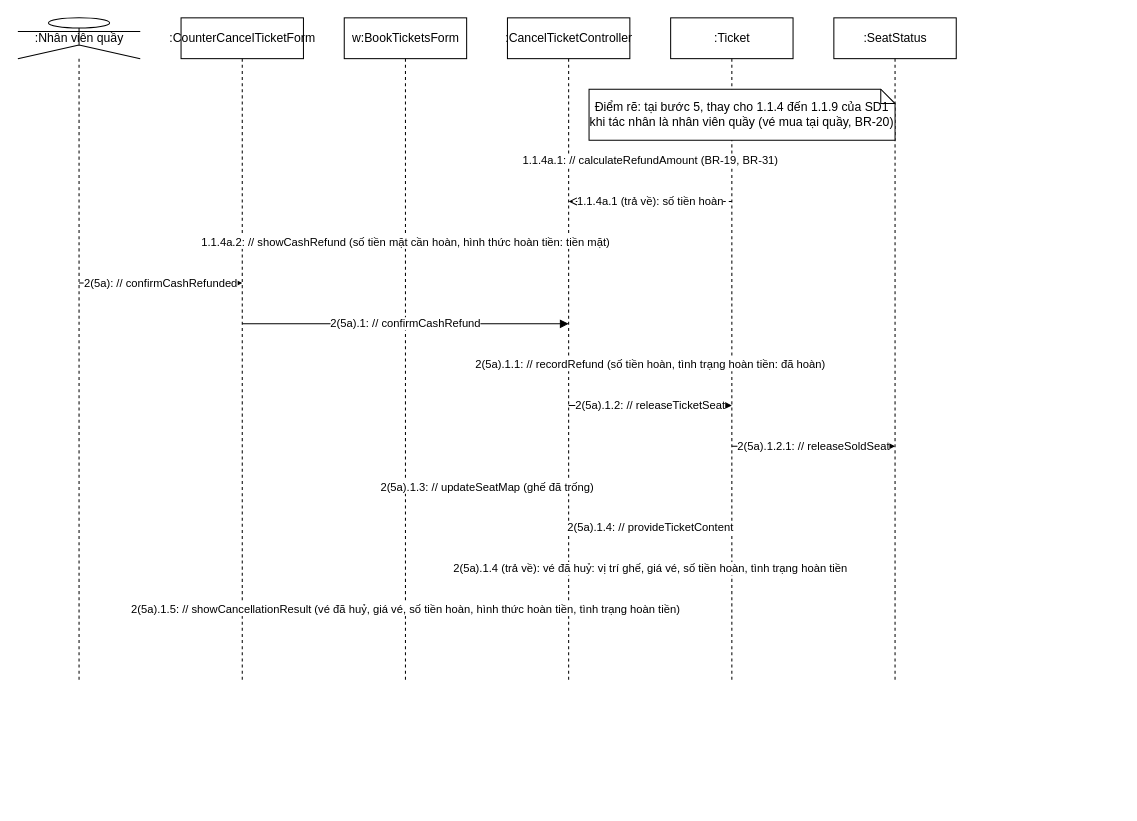
luytbq/app-dat-ve-xem-phim keeps this draw.io diagram as page "SD6 - Luồng 5a" (6 of 7) of design/diagrams/P07-sequence-UC-008.drawio. Above is the earlier version. Source tidied: cells renumbered, new cells numbered last; positions are measured from the earlier drawing's top-left corner, leaving out a move shared by most shapes. Both pictures are drawn from the tidied source at 102%, with x=0, y=0 at pixel (17, 17).
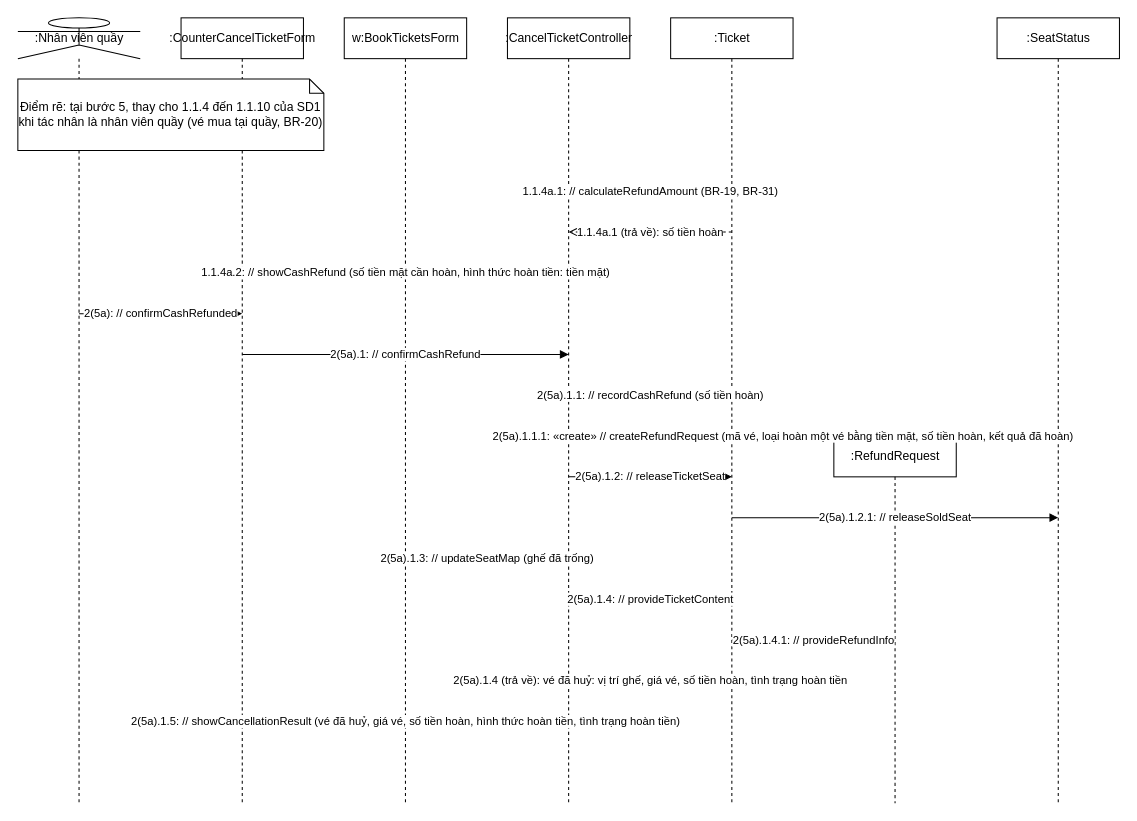
The same diagram, later.

Change to the diagram source:
```diff
@@
     <mxCell id="2" value=":Nhân viên quầy" style="shape=umlLifeline;participant=umlActor;perimeter=lifelinePerimeter;html=1;" parent="1" vertex="1">
-      <mxGeometry width="120" height="650" as="geometry" />
+      <mxGeometry width="120" height="770" as="geometry" />
     </mxCell>
     <mxCell id="3" value=":CounterCancelTicketForm" style="shape=umlLifeline;perimeter=lifelinePerimeter;html=1;" parent="1" vertex="1">
-      <mxGeometry x="160" width="120" height="650" as="geometry" />
+      <mxGeometry x="160" width="120" height="770" as="geometry" />
     </mxCell>
     <mxCell id="4" value="w:BookTicketsForm" style="shape=umlLifeline;perimeter=lifelinePerimeter;html=1;" parent="1" vertex="1">
-      <mxGeometry x="320" width="120" height="650" as="geometry" />
+      <mxGeometry x="320" width="120" height="770" as="geometry" />
     </mxCell>
     <mxCell id="5" value=":CancelTicketController" style="shape=umlLifeline;perimeter=lifelinePerimeter;html=1;" parent="1" vertex="1">
-      <mxGeometry x="480" width="120" height="650" as="geometry" />
+      <mxGeometry x="480" width="120" height="770" as="geometry" />
     </mxCell>
     <mxCell id="6" value=":Ticket" style="shape=umlLifeline;perimeter=lifelinePerimeter;html=1;" parent="1" vertex="1">
-      <mxGeometry x="640" width="120" height="650" as="geometry" />
+      <mxGeometry x="640" width="120" height="770" as="geometry" />
     </mxCell>
+    <mxCell id="21" value=":RefundRequest" style="shape=umlLifeline;perimeter=lifelinePerimeter;html=1;" parent="1" vertex="1">
+      <mxGeometry x="800" y="410" width="120" height="360" as="geometry" />
+    </mxCell>
     <mxCell id="7" value=":SeatStatus" style="shape=umlLifeline;perimeter=lifelinePerimeter;html=1;" parent="1" vertex="1">
-      <mxGeometry x="800" width="120" height="650" as="geometry" />
+      <mxGeometry x="960" width="120" height="770" as="geometry" />
     </mxCell>
-    <mxCell id="8" value="Điểm rẽ: tại bước 5, thay cho 1.1.4 đến 1.1.9 của SD1 khi tác nhân là nhân viên quầy (vé mua tại quầy, BR-20)" style="shape=note;whiteSpace=wrap;html=1;size=14;" parent="1" vertex="1">
-      <mxGeometry x="560" y="70" width="300" height="50" as="geometry" />
+    <mxCell id="8" value="Điểm rẽ: tại bước 5, thay cho 1.1.4 đến 1.1.10 của SD1 khi tác nhân là nhân viên quầy (vé mua tại quầy, BR-20)" style="shape=note;whiteSpace=wrap;html=1;size=14;" parent="1" vertex="1">
+      <mxGeometry y="60" width="300" height="70" as="geometry" />
     </mxCell>
     <mxCell id="9" value="1.1.4a.1: // calculateRefundAmount (BR-19, BR-31)" style="endArrow=block;endFill=1;html=1;" parent="1" edge="1">
       <mxGeometry relative="1" as="geometry">
-        <mxPoint x="540" y="140" as="sourcePoint" />
-        <mxPoint x="700" y="140" as="targetPoint" />
+        <mxPoint x="540" y="170" as="sourcePoint" />
+        <mxPoint x="700" y="170" as="targetPoint" />
       </mxGeometry>
     </mxCell>
     <mxCell id="10" value="1.1.4a.1 (trả về): số tiền hoàn" style="endArrow=open;dashed=1;html=1;" parent="1" edge="1">
       <mxGeometry relative="1" as="geometry">
-        <mxPoint x="700" y="180" as="sourcePoint" />
-        <mxPoint x="540" y="180" as="targetPoint" />
+        <mxPoint x="700" y="210" as="sourcePoint" />
+        <mxPoint x="540" y="210" as="targetPoint" />
       </mxGeometry>
     </mxCell>
     <mxCell id="11" value="1.1.4a.2: // showCashRefund (số tiền mặt cần hoàn, hình thức hoàn tiền: tiền mặt)" style="endArrow=block;endFill=1;html=1;" parent="1" edge="1">
       <mxGeometry relative="1" as="geometry">
-        <mxPoint x="540" y="220" as="sourcePoint" />
-        <mxPoint x="220" y="220" as="targetPoint" />
+        <mxPoint x="540" y="250" as="sourcePoint" />
+        <mxPoint x="220" y="250" as="targetPoint" />
       </mxGeometry>
     </mxCell>
     <mxCell id="12" value="2(5a): // confirmCashRefunded" style="endArrow=block;endFill=1;html=1;" parent="1" edge="1">
       <mxGeometry relative="1" as="geometry">
-        <mxPoint x="60" y="260" as="sourcePoint" />
-        <mxPoint x="220" y="260" as="targetPoint" />
+        <mxPoint x="60" y="290" as="sourcePoint" />
+        <mxPoint x="220" y="290" as="targetPoint" />
       </mxGeometry>
     </mxCell>
     <mxCell id="13" value="2(5a).1: // confirmCashRefund" style="endArrow=block;endFill=1;html=1;" parent="1" edge="1">
       <mxGeometry relative="1" as="geometry">
-        <mxPoint x="220" y="300" as="sourcePoint" />
-        <mxPoint x="540" y="300" as="targetPoint" />
+        <mxPoint x="220" y="330" as="sourcePoint" />
+        <mxPoint x="540" y="330" as="targetPoint" />
       </mxGeometry>
     </mxCell>
-    <mxCell id="14" value="2(5a).1.1: // recordRefund (số tiền hoàn, tình trạng hoàn tiền: đã hoàn)" style="endArrow=block;endFill=1;html=1;" parent="1" edge="1">
+    <mxCell id="14" value="2(5a).1.1: // recordCashRefund (số tiền hoàn)" style="endArrow=block;endFill=1;html=1;" parent="1" edge="1">
       <mxGeometry relative="1" as="geometry">
-        <mxPoint x="540" y="340" as="sourcePoint" />
-        <mxPoint x="700" y="340" as="targetPoint" />
+        <mxPoint x="540" y="370" as="sourcePoint" />
+        <mxPoint x="700" y="370" as="targetPoint" />
       </mxGeometry>
     </mxCell>
+    <mxCell id="22" value="2(5a).1.1.1: «create» // createRefundRequest (mã vé, loại hoàn một vé bằng tiền mặt, số tiền hoàn, kết quả đã hoàn)" style="endArrow=open;dashed=1;html=1;" parent="1" edge="1">
+      <mxGeometry relative="1" as="geometry">
+        <mxPoint x="700" y="410" as="sourcePoint" />
+        <mxPoint x="800" y="410" as="targetPoint" />
+      </mxGeometry>
+    </mxCell>
     <mxCell id="15" value="2(5a).1.2: // releaseTicketSeat" style="endArrow=block;endFill=1;html=1;" parent="1" edge="1">
       <mxGeometry relative="1" as="geometry">
-        <mxPoint x="540" y="380" as="sourcePoint" />
-        <mxPoint x="700" y="380" as="targetPoint" />
+        <mxPoint x="540" y="450" as="sourcePoint" />
+        <mxPoint x="700" y="450" as="targetPoint" />
       </mxGeometry>
     </mxCell>
     <mxCell id="16" value="2(5a).1.2.1: // releaseSoldSeat" style="endArrow=block;endFill=1;html=1;" parent="1" edge="1">
       <mxGeometry relative="1" as="geometry">
-        <mxPoint x="700" y="420" as="sourcePoint" />
-        <mxPoint x="860" y="420" as="targetPoint" />
+        <mxPoint x="700" y="490" as="sourcePoint" />
+        <mxPoint x="1020" y="490" as="targetPoint" />
       </mxGeometry>
     </mxCell>
     <mxCell id="17" value="2(5a).1.3: // updateSeatMap (ghế đã trống)" style="endArrow=block;endFill=1;html=1;" parent="1" edge="1">
       <mxGeometry relative="1" as="geometry">
-        <mxPoint x="540" y="460" as="sourcePoint" />
-        <mxPoint x="380" y="460" as="targetPoint" />
+        <mxPoint x="540" y="530" as="sourcePoint" />
+        <mxPoint x="380" y="530" as="targetPoint" />
       </mxGeometry>
     </mxCell>
     <mxCell id="18" value="2(5a).1.4: // provideTicketContent" style="endArrow=block;endFill=1;html=1;" parent="1" edge="1">
       <mxGeometry relative="1" as="geometry">
-        <mxPoint x="540" y="500" as="sourcePoint" />
-        <mxPoint x="700" y="500" as="targetPoint" />
+        <mxPoint x="540" y="570" as="sourcePoint" />
+        <mxPoint x="700" y="570" as="targetPoint" />
       </mxGeometry>
     </mxCell>
+    <mxCell id="23" value="2(5a).1.4.1: // provideRefundInfo" style="endArrow=block;endFill=1;html=1;" parent="1" edge="1">
+      <mxGeometry relative="1" as="geometry">
+        <mxPoint x="700" y="610" as="sourcePoint" />
+        <mxPoint x="860" y="610" as="targetPoint" />
+      </mxGeometry>
+    </mxCell>
     <mxCell id="19" value="2(5a).1.4 (trả về): vé đã huỷ: vị trí ghế, giá vé, số tiền hoàn, tình trạng hoàn tiền" style="endArrow=open;dashed=1;html=1;" parent="1" edge="1">
       <mxGeometry relative="1" as="geometry">
-        <mxPoint x="700" y="540" as="sourcePoint" />
-        <mxPoint x="540" y="540" as="targetPoint" />
+        <mxPoint x="700" y="650" as="sourcePoint" />
+        <mxPoint x="540" y="650" as="targetPoint" />
       </mxGeometry>
     </mxCell>
     <mxCell id="20" value="2(5a).1.5: // showCancellationResult (vé đã huỷ, giá vé, số tiền hoàn, hình thức hoàn tiền, tình trạng hoàn tiền)" style="endArrow=block;endFill=1;html=1;" parent="1" edge="1">
       <mxGeometry relative="1" as="geometry">
-        <mxPoint x="540" y="580" as="sourcePoint" />
-        <mxPoint x="220" y="580" as="targetPoint" />
+        <mxPoint x="540" y="690" as="sourcePoint" />
+        <mxPoint x="220" y="690" as="targetPoint" />
       </mxGeometry>
     </mxCell>
```
